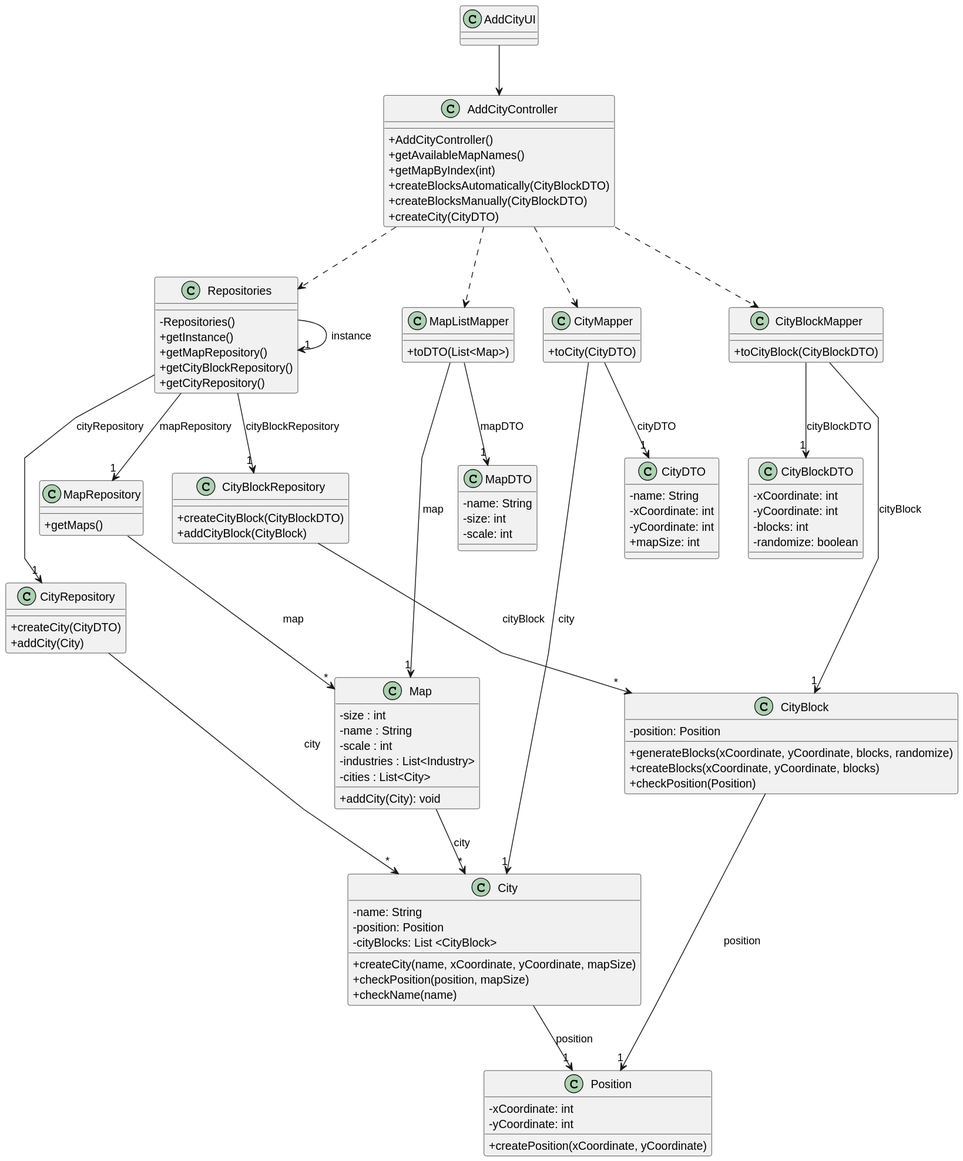
Before: Sprint3/US003/03.design/svg/US003-CD.svg, a diagram exported from PlantUML (1240935/pi2-railway-simulator).
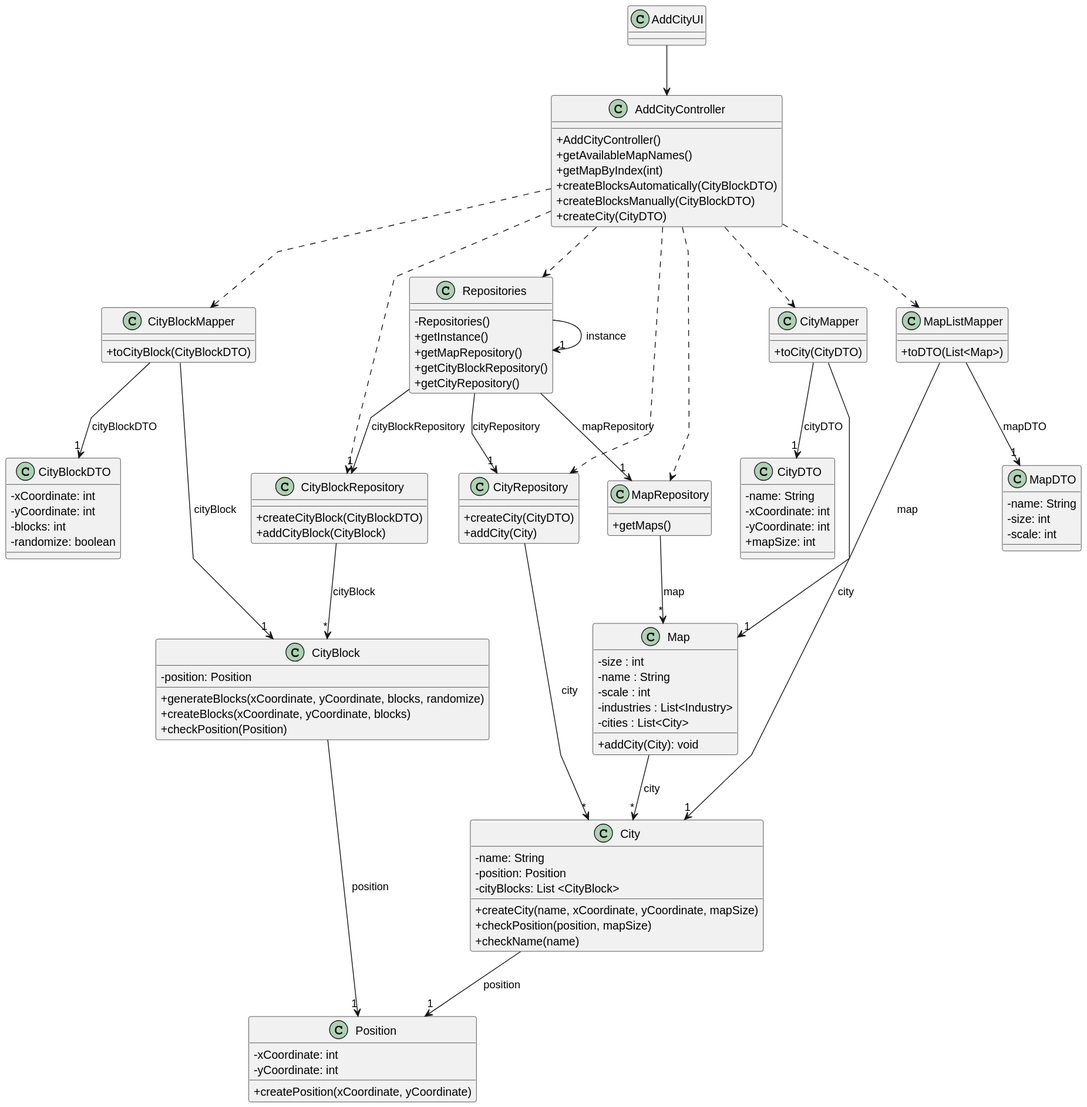
After the commit.

Change to the diagram source:
```diff
@@ -109,6 +109,9 @@
 AddCityController ..> MapListMapper
 AddCityController ..> CityBlockMapper
 AddCityController ..> CityMapper
+AddCityController ..> MapRepository
+AddCityController ..> CityBlockRepository
+AddCityController ..> CityRepository
 
 Repositories -> "1" Repositories : instance
 Repositories --> "1" MapRepository: mapRepository
```
